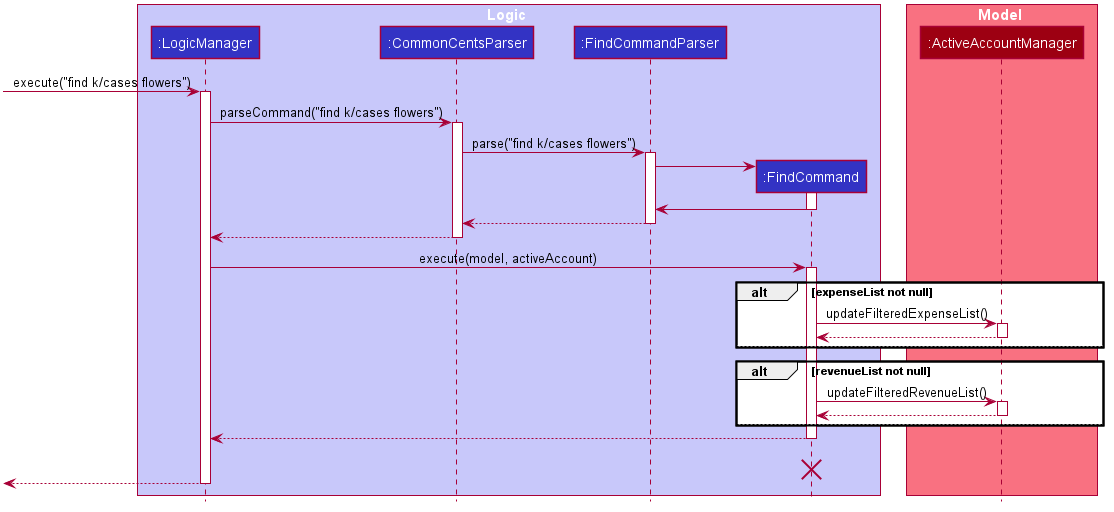
Before: docs/images/FindSequenceDiagram.png, a diagram exported from PlantUML (nus-cs2103-AY2021S1/tp).
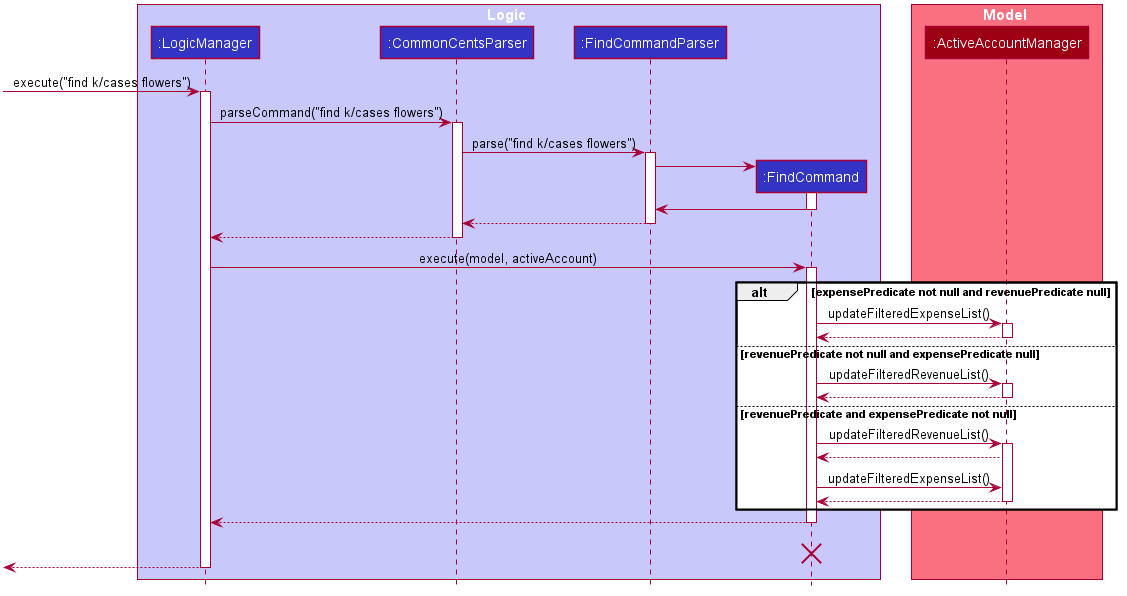
Later version of the same file.

Commit message:
Update Find sequence diagram

Diff of the diagram source:
```diff
@@ -85,23 +85,32 @@
 LogicManager -> FindCommand: execute(model, activeAccount)
 activate FindCommand
 
-alt expenseList not null
+alt expensePredicate not null and revenuePredicate null
 FindCommand -> ActiveAccount: updateFilteredExpenseList()
 activate ActiveAccount
 
 ActiveAccount --> FindCommand
 deactivate ActiveAccount
-else
+
+else revenuePredicate not null and expensePredicate null
+FindCommand -> ActiveAccount: updateFilteredRevenueList()
+activate ActiveAccount
+ActiveAccount --> FindCommand
+deactivate ActiveAccount
+
+else revenuePredicate and expensePredicate not null
+FindCommand -> ActiveAccount: updateFilteredRevenueList()
+activate ActiveAccount
+ActiveAccount --> FindCommand
+
+FindCommand -> ActiveAccount: updateFilteredExpenseList()
+ActiveAccount --> FindCommand
+
+deactivate ActiveAccount
 end
 
-alt revenueList not null
-FindCommand -> ActiveAccount: updateFilteredRevenueList()
-activate ActiveAccount
 
-ActiveAccount --> FindCommand
-deactivate ActiveAccount
-else
-end
+
 FindCommand --> LogicManager
 deactivate FindCommand
 FindCommand -[hidden]-> LogicManager : result
```
